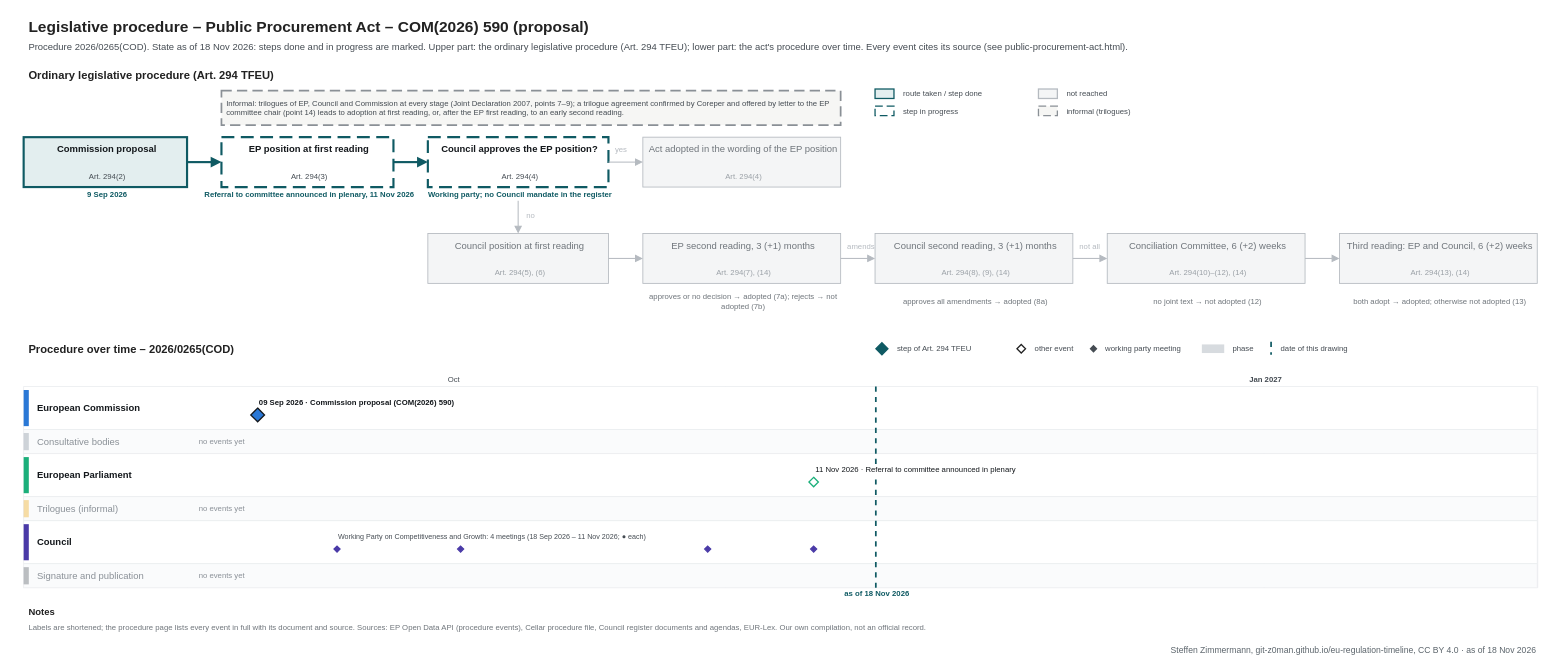
Above: procedures/public-procurement-act.drawio in git-z0man/eu-regulation-timeline (draw.io), before the change. Source tidied: cells renumbered, new cells numbered last; positions are measured from the earlier drawing's top-left corner, leaving out a move shared by most shapes. Both pictures are drawn from the tidied source at 86%, with x=0, y=0 at pixel (15, 15).
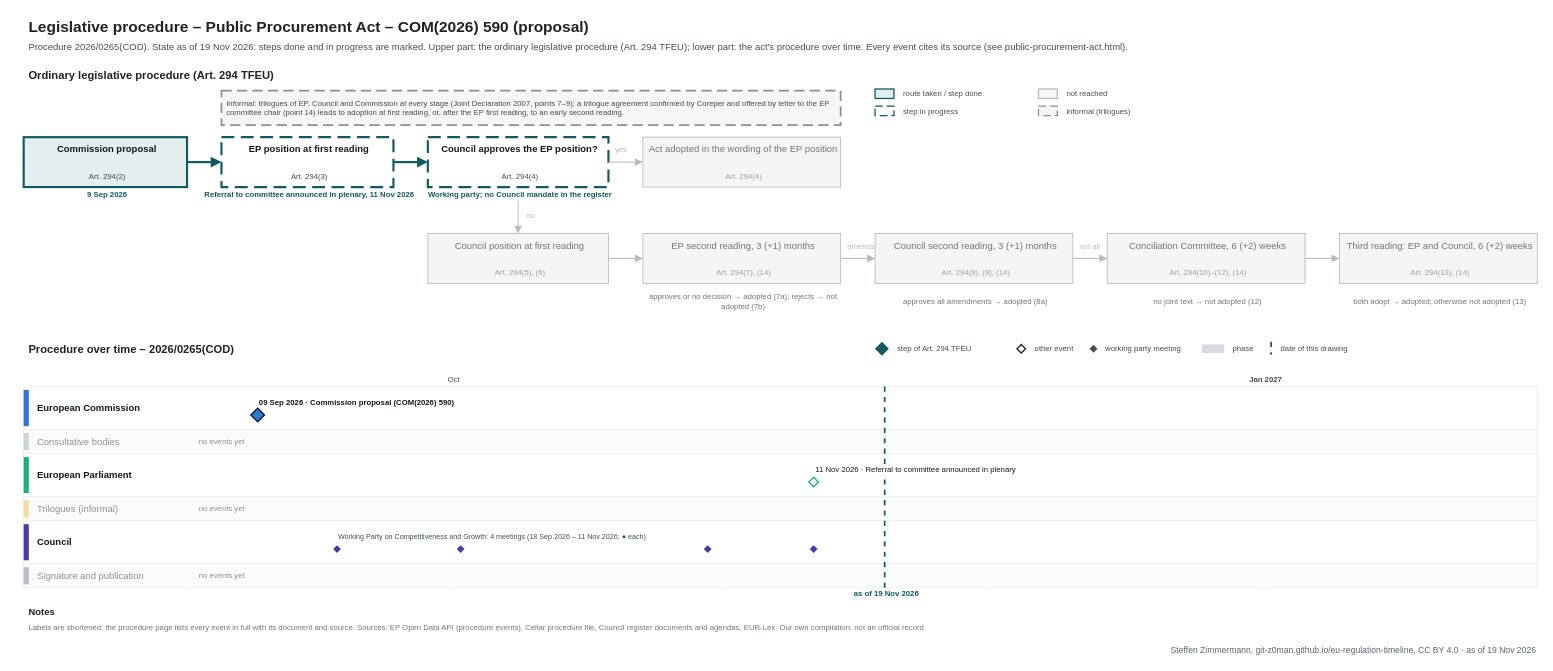
After the change.

Diff of the diagram source:
```diff
@@
-    <mxCell id="3" value="Procedure 2026/0265(COD). State as of 18 Nov 2026: steps done and in progress are marked. Upper part: the ordinary legislative procedure (Art. 294 TFEU); lower part: the act's procedure over time. Every event cites its source (see public-procurement-act.html)." style="text;html=1;fontSize=11;fontColor=#454c53;align=left;verticalAlign=middle;spacingLeft=4;" parent="1" vertex="1">
+    <mxCell id="3" value="Procedure 2026/0265(COD). State as of 19 Nov 2026: steps done and in progress are marked. Upper part: the ordinary legislative procedure (Art. 294 TFEU); lower part: the act's procedure over time. Every event cites its source (see public-procurement-act.html)." style="text;html=1;fontSize=11;fontColor=#454c53;align=left;verticalAlign=middle;spacingLeft=4;" parent="1" vertex="1">
       <mxGeometry x="10" y="28" width="1700" height="18" as="geometry" />
     </mxCell>
@@
     <mxCell id="101" style="line;html=1;strokeWidth=2;strokeColor=#0f5a63;direction=south;dashed=1;" parent="1" vertex="1">
-      <mxGeometry x="1000.4" y="432" width="1" height="234" as="geometry" />
+      <mxGeometry x="1010.7" y="432" width="1" height="234" as="geometry" />
     </mxCell>
-    <mxCell id="102" value="as of 18 Nov 2026" style="text;html=1;fontSize=9;fontColor=#0f5a63;align=center;verticalAlign=middle;spacingLeft=4;fontStyle=1;" parent="1" vertex="1">
-      <mxGeometry x="940.4" y="667" width="120" height="12" as="geometry" />
+    <mxCell id="102" value="as of 19 Nov 2026" style="text;html=1;fontSize=9;fontColor=#0f5a63;align=center;verticalAlign=middle;spacingLeft=4;fontStyle=1;" parent="1" vertex="1">
+      <mxGeometry x="950.7" y="667" width="120" height="12" as="geometry" />
     </mxCell>
@@
-    <mxCell id="114" value="Steffen Zimmermann, git-z0man.github.io/eu-regulation-timeline, CC BY 4.0 · as of 18 Nov 2026" style="text;html=1;fontSize=10;fontColor=#5b646b;align=right;verticalAlign=middle;spacingLeft=4;" parent="1" vertex="1">
+    <mxCell id="114" value="Steffen Zimmermann, git-z0man.github.io/eu-regulation-timeline, CC BY 4.0 · as of 19 Nov 2026" style="text;html=1;fontSize=10;fontColor=#5b646b;align=right;verticalAlign=middle;spacingLeft=4;" parent="1" vertex="1">
       <mxGeometry x="10" y="730" width="1760" height="16" as="geometry" />
     </mxCell>
```
